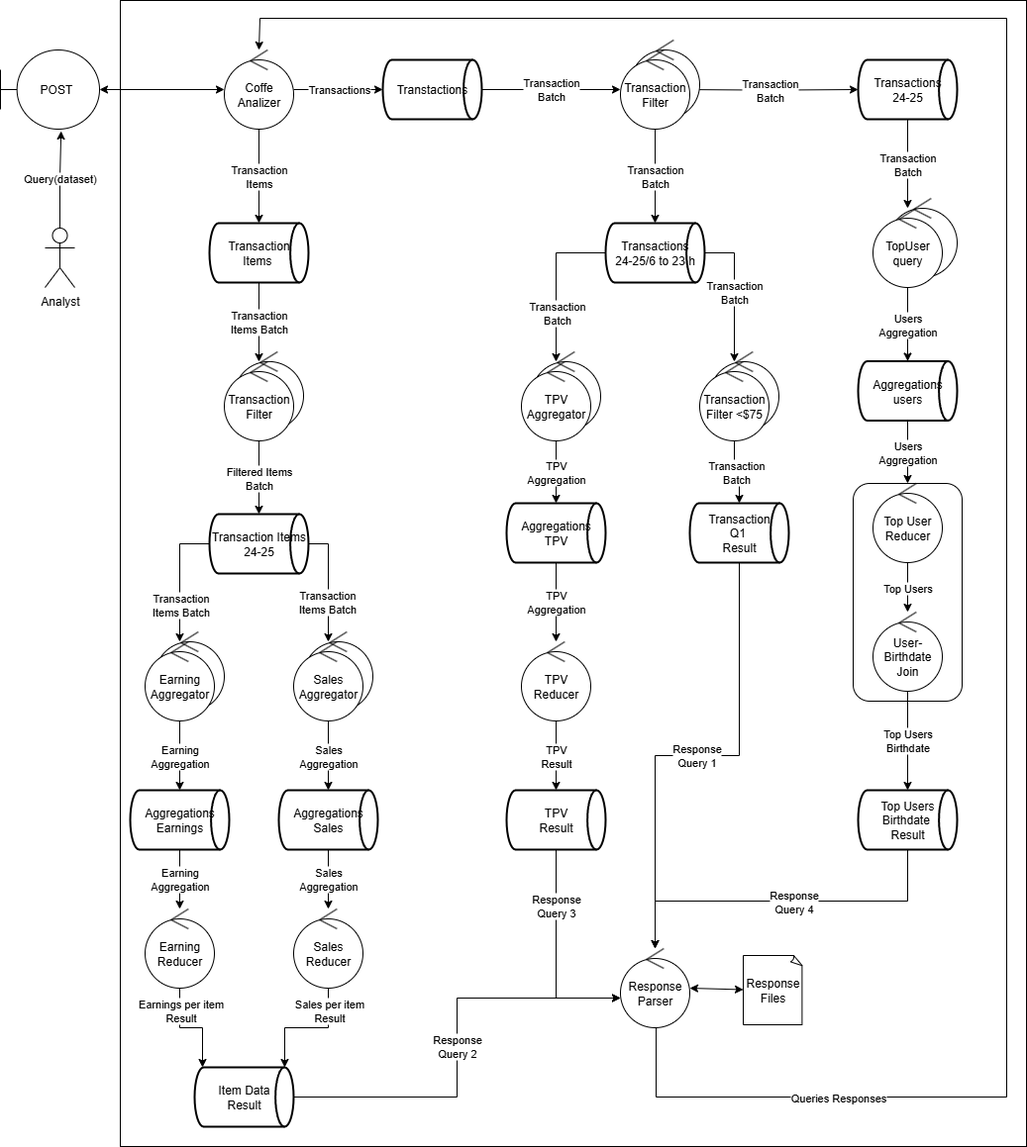
Before: informe/imagenes/vistas/robustez.png, a diagram exported from draw.io (patricioibar/distribuidos-tp). Source tidied: cells renumbered, new cells last; positions are measured from the earlier drawing's top-left corner, leaving out a move shared by most shapes.
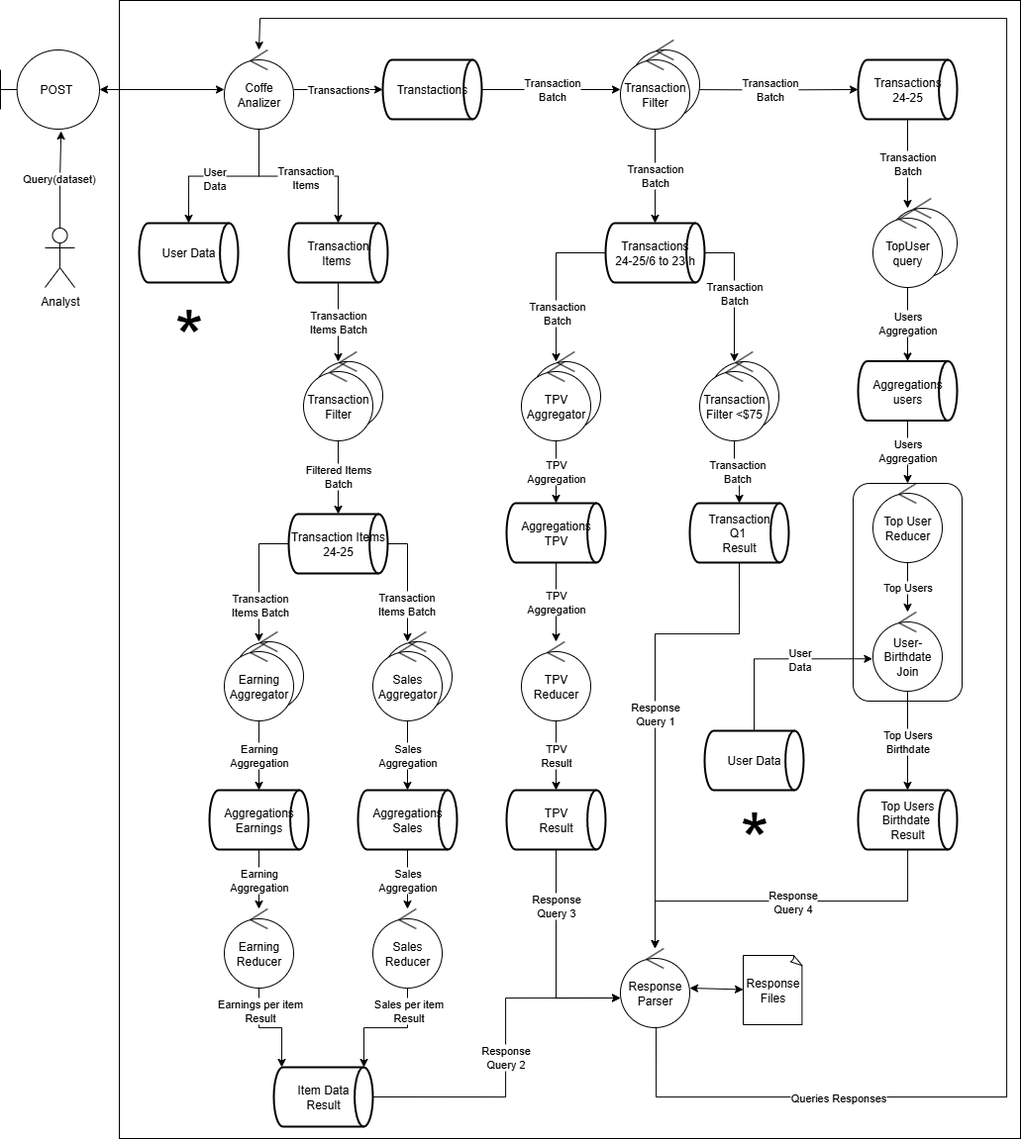
Above is the later version.

The edit, as a diff of the source:
```diff
@@ -2,9 +2,9 @@
   <root>
     <mxCell id="0" />
     <mxCell id="1" parent="0" />
-    <mxCell id="2" style="rounded=0;whiteSpace=wrap;html=1;gradientColor=default;fillColor=none;" parent="1" vertex="1">
-      <mxGeometry x="121" width="915" height="1158" as="geometry" />
-    </mxCell>
+    <mxCell id="83" style="rounded=0;whiteSpace=wrap;html=1;fillColor=none;" parent="1" vertex="1">
+      <mxGeometry x="120" width="910" height="1150" as="geometry" />
+    </mxCell>
     <mxCell id="3" value="Query(dataset)" style="edgeStyle=orthogonalEdgeStyle;rounded=0;jettySize=auto;html=1;entryX=0.612;entryY=1.025;entryDx=0;entryDy=0;entryPerimeter=0;" parent="1" edge="1" source="4" target="6">
       <mxGeometry relative="1" as="geometry" />
     </mxCell>
@@ -134,28 +134,28 @@
       </mxGeometry>
     </mxCell>
     <mxCell id="43" value="Transaction Items 24-25" style="strokeWidth=2;html=1;shape=mxgraph.flowchart.direct_data;whiteSpace=wrap;" parent="1" vertex="1">
-      <mxGeometry x="211" y="519" width="100" height="60" as="geometry" />
+      <mxGeometry x="291" y="519" width="100" height="60" as="geometry" />
     </mxCell>
     <mxCell id="44" style="ellipse;shape=umlControl;whiteSpace=wrap;html=1;" parent="1" vertex="1">
-      <mxGeometry x="306" y="638" width="70" height="80" as="geometry" />
+      <mxGeometry x="386" y="638" width="70" height="80" as="geometry" />
     </mxCell>
     <mxCell id="45" value="Sales&lt;div&gt;Aggregation&lt;/div&gt;" style="edgeStyle=orthogonalEdgeStyle;rounded=0;jettySize=auto;html=1;" parent="1" edge="1" source="46" target="76">
       <mxGeometry relative="1" as="geometry" />
     </mxCell>
     <mxCell id="46" value="Sales Aggregator" style="ellipse;shape=umlControl;whiteSpace=wrap;html=1;" parent="1" vertex="1">
-      <mxGeometry x="296" y="648" width="70" height="80" as="geometry" />
+      <mxGeometry x="376" y="648" width="70" height="80" as="geometry" />
     </mxCell>
     <mxCell id="47" style="ellipse;shape=umlControl;whiteSpace=wrap;html=1;" parent="1" vertex="1">
-      <mxGeometry x="156" y="638" width="70" height="80" as="geometry" />
+      <mxGeometry x="236" y="638" width="70" height="80" as="geometry" />
     </mxCell>
     <mxCell id="48" value="Earning&lt;br&gt;&lt;div&gt;Aggregation&lt;/div&gt;" style="edgeStyle=orthogonalEdgeStyle;rounded=0;jettySize=auto;html=1;" parent="1" edge="1" source="49" target="78">
       <mxGeometry relative="1" as="geometry" />
     </mxCell>
     <mxCell id="49" value="Earning Aggregator" style="ellipse;shape=umlControl;whiteSpace=wrap;html=1;" parent="1" vertex="1">
-      <mxGeometry x="146" y="648" width="70" height="80" as="geometry" />
+      <mxGeometry x="226" y="648" width="70" height="80" as="geometry" />
     </mxCell>
     <mxCell id="50" value="Item Data&lt;div&gt;Result&lt;/div&gt;" style="strokeWidth=2;html=1;shape=mxgraph.flowchart.direct_data;whiteSpace=wrap;" parent="1" vertex="1">
-      <mxGeometry x="196" y="1078" width="100" height="60" as="geometry" />
+      <mxGeometry x="276" y="1078" width="100" height="60" as="geometry" />
     </mxCell>
     <mxCell id="51" style="edgeStyle=orthogonalEdgeStyle;rounded=0;jettySize=auto;html=1;entryX=0.91;entryY=0;entryDx=0;entryDy=0;entryPerimeter=0;" parent="1" edge="1" source="62" target="50">
       <mxGeometry relative="1" as="geometry" />
@@ -190,19 +190,19 @@
       <mxGeometry relative="1" as="geometry" />
     </mxCell>
     <mxCell id="58" value="Transaction Items&amp;nbsp;" style="strokeWidth=2;html=1;shape=mxgraph.flowchart.direct_data;whiteSpace=wrap;" parent="1" vertex="1">
-      <mxGeometry x="211" y="225" width="100" height="60" as="geometry" />
+      <mxGeometry x="291" y="225" width="100" height="60" as="geometry" />
     </mxCell>
     <mxCell id="59" style="ellipse;shape=umlControl;whiteSpace=wrap;html=1;" parent="1" vertex="1">
-      <mxGeometry x="236" y="355" width="70" height="79" as="geometry" />
+      <mxGeometry x="316" y="355" width="70" height="79" as="geometry" />
     </mxCell>
     <mxCell id="60" value="Filtered Items&#10;Batch" style="edgeStyle=orthogonalEdgeStyle;rounded=0;jettySize=auto;html=1;" parent="1" edge="1" source="61" target="43">
       <mxGeometry relative="1" as="geometry" />
     </mxCell>
     <mxCell id="61" value="Transaction Filter" style="ellipse;shape=umlControl;whiteSpace=wrap;html=1;" parent="1" vertex="1">
-      <mxGeometry x="226" y="365" width="70" height="80" as="geometry" />
+      <mxGeometry x="306" y="365" width="70" height="80" as="geometry" />
     </mxCell>
     <mxCell id="62" value="&lt;span style=&quot;background-color: transparent; color: light-dark(rgb(0, 0, 0), rgb(255, 255, 255));&quot;&gt;Sales&lt;/span&gt;&lt;div&gt;&lt;span style=&quot;background-color: transparent; color: light-dark(rgb(0, 0, 0), rgb(255, 255, 255));&quot;&gt;Reducer&lt;/span&gt;&lt;/div&gt;" style="ellipse;shape=umlControl;whiteSpace=wrap;html=1;" parent="1" vertex="1">
-      <mxGeometry x="296" y="918" width="70" height="80" as="geometry" />
+      <mxGeometry x="376" y="918" width="70" height="80" as="geometry" />
     </mxCell>
     <mxCell id="63" style="edgeStyle=orthogonalEdgeStyle;rounded=0;jettySize=auto;html=1;entryX=0.08;entryY=0;entryDx=0;entryDy=0;entryPerimeter=0;" parent="1" edge="1" source="65" target="50">
       <mxGeometry relative="1" as="geometry" />
@@ -213,7 +213,7 @@
       </mxGeometry>
     </mxCell>
     <mxCell id="65" value="Earning&lt;br&gt;&lt;div&gt;Reducer&lt;/div&gt;" style="ellipse;shape=umlControl;whiteSpace=wrap;html=1;" parent="1" vertex="1">
-      <mxGeometry x="146" y="918" width="70" height="80" as="geometry" />
+      <mxGeometry x="226" y="918" width="70" height="80" as="geometry" />
     </mxCell>
     <mxCell id="66" value="Response&lt;div&gt;Files&lt;/div&gt;" style="whiteSpace=wrap;html=1;shape=mxgraph.basic.document;" parent="1" vertex="1">
       <mxGeometry x="750" y="965" width="60" height="70" as="geometry" />
@@ -256,17 +256,22 @@
       <mxGeometry relative="1" as="geometry" />
     </mxCell>
     <mxCell id="76" value="Aggregations&lt;br&gt;Sales" style="strokeWidth=2;html=1;shape=mxgraph.flowchart.direct_data;whiteSpace=wrap;" parent="1" vertex="1">
-      <mxGeometry x="281" y="798" width="100" height="60" as="geometry" />
+      <mxGeometry x="361" y="798" width="100" height="60" as="geometry" />
     </mxCell>
     <mxCell id="77" value="Earning&lt;div&gt;Aggregation&lt;/div&gt;" style="edgeStyle=orthogonalEdgeStyle;rounded=0;jettySize=auto;html=1;" parent="1" edge="1" source="78" target="65">
       <mxGeometry relative="1" as="geometry" />
     </mxCell>
     <mxCell id="78" value="Aggregations&lt;br&gt;Earnings" style="strokeWidth=2;html=1;shape=mxgraph.flowchart.direct_data;whiteSpace=wrap;" parent="1" vertex="1">
-      <mxGeometry x="131" y="798" width="100" height="60" as="geometry" />
+      <mxGeometry x="211" y="798" width="100" height="60" as="geometry" />
     </mxCell>
-    <mxCell id="79" value="Transaction&#10;Items" style="edgeStyle=orthogonalEdgeStyle;rounded=0;jettySize=auto;html=1;entryX=0.5;entryY=0;entryDx=0;entryDy=0;entryPerimeter=0;" parent="1" edge="1" source="8" target="58">
+    <mxCell id="79" style="edgeStyle=orthogonalEdgeStyle;rounded=0;jettySize=auto;html=1;entryX=0.5;entryY=0;entryDx=0;entryDy=0;entryPerimeter=0;" parent="1" edge="1" source="8" target="58">
       <mxGeometry relative="1" as="geometry" />
     </mxCell>
+    <mxCell id="84" value="Transaction&lt;br&gt;Items" style="edgeLabel;html=1;align=center;verticalAlign=middle;" parent="79" vertex="1">
+      <mxGeometry x="0.22" y="-1" relative="1" as="geometry">
+        <mxPoint x="-14" as="offset" />
+      </mxGeometry>
+    </mxCell>
     <mxCell id="80" value="Transaction&#10;Batch" style="edgeStyle=orthogonalEdgeStyle;rounded=0;jettySize=auto;html=1;entryX=0.5;entryY=0;entryDx=0;entryDy=0;entryPerimeter=0;" parent="1" edge="1" source="19" target="23">
       <mxGeometry relative="1" as="geometry" />
     </mxCell>
@@ -274,13 +279,46 @@
       <mxGeometry relative="1" as="geometry">
         <mxPoint x="626" y="1008" as="targetPoint" />
         <Array as="points">
-          <mxPoint x="461" y="1108" />
-          <mxPoint x="461" y="1008" />
+          <mxPoint x="510" y="1108" />
+          <mxPoint x="510" y="1008" />
         </Array>
       </mxGeometry>
     </mxCell>
     <mxCell id="82" value="Response&lt;br&gt;Query 1" style="edgeStyle=orthogonalEdgeStyle;rounded=0;jettySize=auto;html=1;exitX=0.5;exitY=1;exitDx=0;exitDy=0;exitPerimeter=0;" parent="1" edge="1" source="70" target="56">
-      <mxGeometry relative="1" as="geometry" />
+      <mxGeometry relative="1" as="geometry">
+        <Array as="points">
+          <mxPoint x="746" y="640" />
+          <mxPoint x="661" y="640" />
+        </Array>
+      </mxGeometry>
     </mxCell>
+    <mxCell id="85" value="User Data" style="strokeWidth=2;html=1;shape=mxgraph.flowchart.direct_data;whiteSpace=wrap;" parent="1" vertex="1">
+      <mxGeometry x="140" y="225" width="100" height="60" as="geometry" />
+    </mxCell>
+    <mxCell id="86" style="edgeStyle=orthogonalEdgeStyle;rounded=0;jettySize=auto;html=1;entryX=0.5;entryY=0;entryDx=0;entryDy=0;entryPerimeter=0;" parent="1" edge="1" source="8" target="85">
+      <mxGeometry relative="1" as="geometry" />
+    </mxCell>
+    <mxCell id="87" value="User&lt;div&gt;Data&lt;/div&gt;" style="edgeLabel;html=1;align=center;verticalAlign=middle;" parent="1" vertex="1">
+      <mxGeometry x="211" y="185" as="geometry">
+        <mxPoint x="4" y="-6" as="offset" />
+      </mxGeometry>
+    </mxCell>
+    <mxCell id="88" value="User Data" style="strokeWidth=2;html=1;shape=mxgraph.flowchart.direct_data;whiteSpace=wrap;" parent="1" vertex="1">
+      <mxGeometry x="711" y="738" width="100" height="60" as="geometry" />
+    </mxCell>
+    <mxCell id="89" style="edgeStyle=orthogonalEdgeStyle;rounded=0;jettySize=auto;html=1;exitX=0.5;exitY=0;exitDx=0;exitDy=0;exitPerimeter=0;entryX=-0.008;entryY=0.591;entryDx=0;entryDy=0;entryPerimeter=0;" parent="1" edge="1" source="88" target="28">
+      <mxGeometry relative="1" as="geometry" />
+    </mxCell>
+    <mxCell id="90" value="User&lt;div&gt;Data&lt;/div&gt;" style="edgeLabel;html=1;align=center;verticalAlign=middle;" parent="89" vertex="1">
+      <mxGeometry x="0.22" y="2" relative="1" as="geometry">
+        <mxPoint y="2" as="offset" />
+      </mxGeometry>
+    </mxCell>
+    <mxCell id="91" value="*" style="text;html=1;align=center;verticalAlign=middle;strokeColor=none;fillColor=none;textShadow=0;fontSize=75;" parent="1" vertex="1">
+      <mxGeometry x="165" y="290" width="50" height="100" as="geometry" />
+    </mxCell>
+    <mxCell id="92" value="*" style="text;html=1;align=center;verticalAlign=middle;strokeColor=none;fillColor=none;textShadow=0;fontSize=75;" parent="1" vertex="1">
+      <mxGeometry x="736" y="798" width="50" height="100" as="geometry" />
+    </mxCell>
   </root>
 </mxGraphModel>
```
